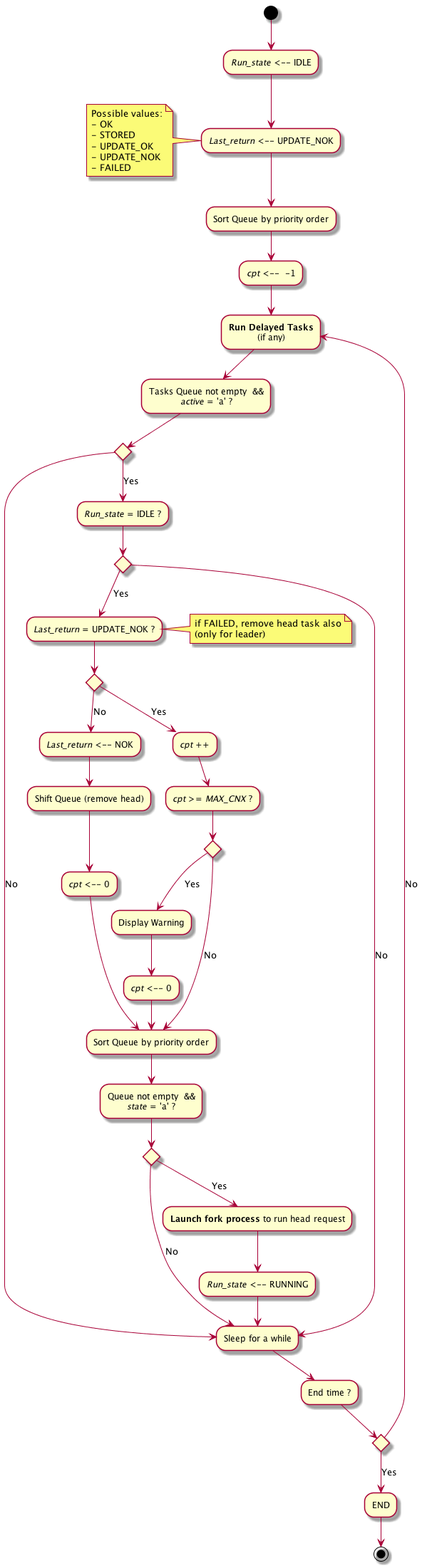
Above: doc/UML/Algo_run_tasks_queue.png in tof25/DST (PlantUML), before the change.
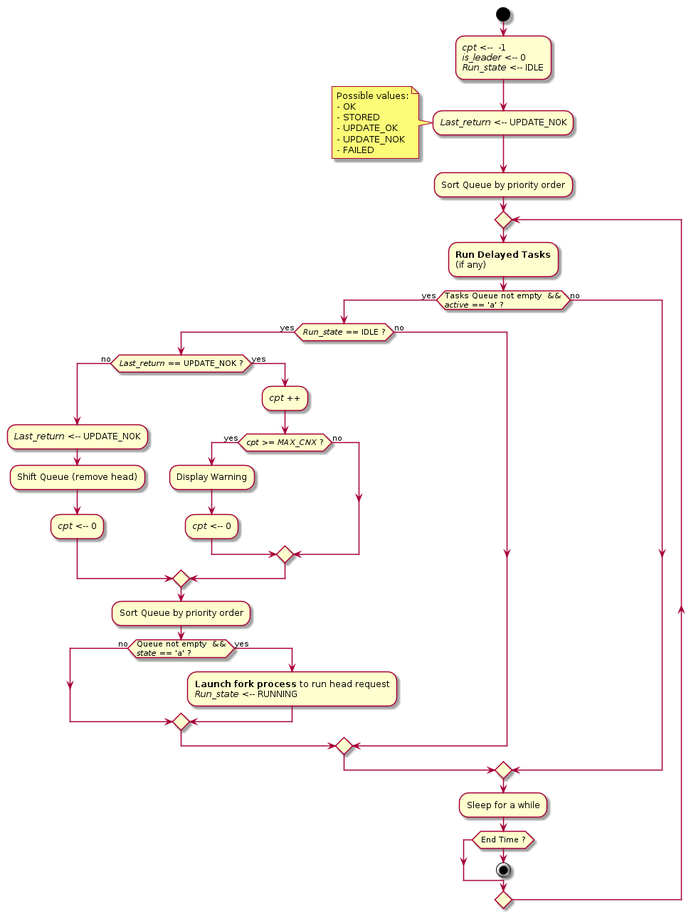
The same file after the commit.

Change to the diagram source:
```diff
@@ -1,7 +1,11 @@
 @startuml
 
-(*top) --> "<i>Run_state</i> <-- IDLE" as init1
---> "<i>Last_return</i> <-- UPDATE_NOK" as init2
+start
+
+:<i>cpt</i> <--  -1
+<i>is_leader</i> <-- 0
+<i>Run_state</i> <-- IDLE;
+:<i>Last_return</i> <-- UPDATE_NOK;
 note left
     Possible values:
     - OK
@@ -10,53 +14,37 @@
     - UPDATE_NOK
     - FAILED
 end note
---> "Sort Queue by priority order" as init4
---> "<i>cpt</i> <--  -1" as init3
+:Sort Queue by priority order;
 
---> "<b>Run Delayed Tasks</b>\n(if any)" as q1
---> "Tasks Queue not empty  &&\n<i>active</i> = 'a' ?"
+repeat
+    :<b>Run Delayed Tasks</b>\n(if any);
+    if (Tasks Queue not empty  &&\n<i>active</i> == 'a' ?) then (yes)
 
-if "" then
-    -->[No] "Sleep for a while" as s1
-    --> "End time ?"
-    if "" then
-        -->[Yes] "END"
-        -->(*)
-    else
-        -->[No] q1
+        if (<i>Run_state</i> == IDLE ?) then (yes)
+            if (<i>Last_return</i> == UPDATE_NOK ?) then (no)
+                :<i>Last_return</i> <-- UPDATE_NOK;
+                :Shift Queue (remove head);
+                :<i>cpt</i> <-- 0;
+            else (yes)
+                :<i>cpt</i> ++;
+                if (<i>cpt</i> >= <i>MAX_CNX</i> ?) then (yes)
+                    :Display Warning;
+                    :<i>cpt</i> <-- 0;
+                else (no)
+                endif
+            endif
+            :Sort Queue by priority order;
+            if (Queue not empty  &&\n<i>state</i> == 'a' ?) then (no)
+            else (yes)
+                :<b>Launch fork process</b> to run head request
+                <i>Run_state</i> <-- RUNNING;
+            endif
+        else (no)
+        endif
+    else (no)
     endif
-else
-    -->[Yes] "<i>Run_state</i> = IDLE ?"
-    if "" then
-        -->[Yes] "<i>Last_return</i> = UPDATE_NOK ?"
-        note right : if FAILED, remove head task also\n(only for leader)
-        if "" then
-            -->[No] "<i>Last_return</i> <-- NOK"
-            --> "Shift Queue (remove head)" as q3
-            --> "<i>cpt</i> <-- 0" as q4
-            --> "Sort Queue by priority order" as q2
-        else
-            -->[Yes] "<i>cpt</i> ++"
-            --> "<i>cpt</i> >= <i>MAX_CNX</i> ?"
-            if "" then
-                -->[Yes] "Display Warning"
-                --> "<i>cpt</i> <-- 0"
-                --> q2
-            else
-                -->[No] q2
-            endif
-        endif
-        --> "Queue not empty  &&\n<i>state</i> = 'a' ?"
-        if "" then
-            -->[No] s1
-        else
-            -->[Yes] "<b>Launch fork process</b> to run head request"
-            --> "<i>Run_state</i> <-- RUNNING" as run1
-            --> s1
-        endif
-    else
-        -->[No] s1
-    endif
-endif
+    :Sleep for a while;
+while (End Time ?)
+stop
 
 @enduml
```
